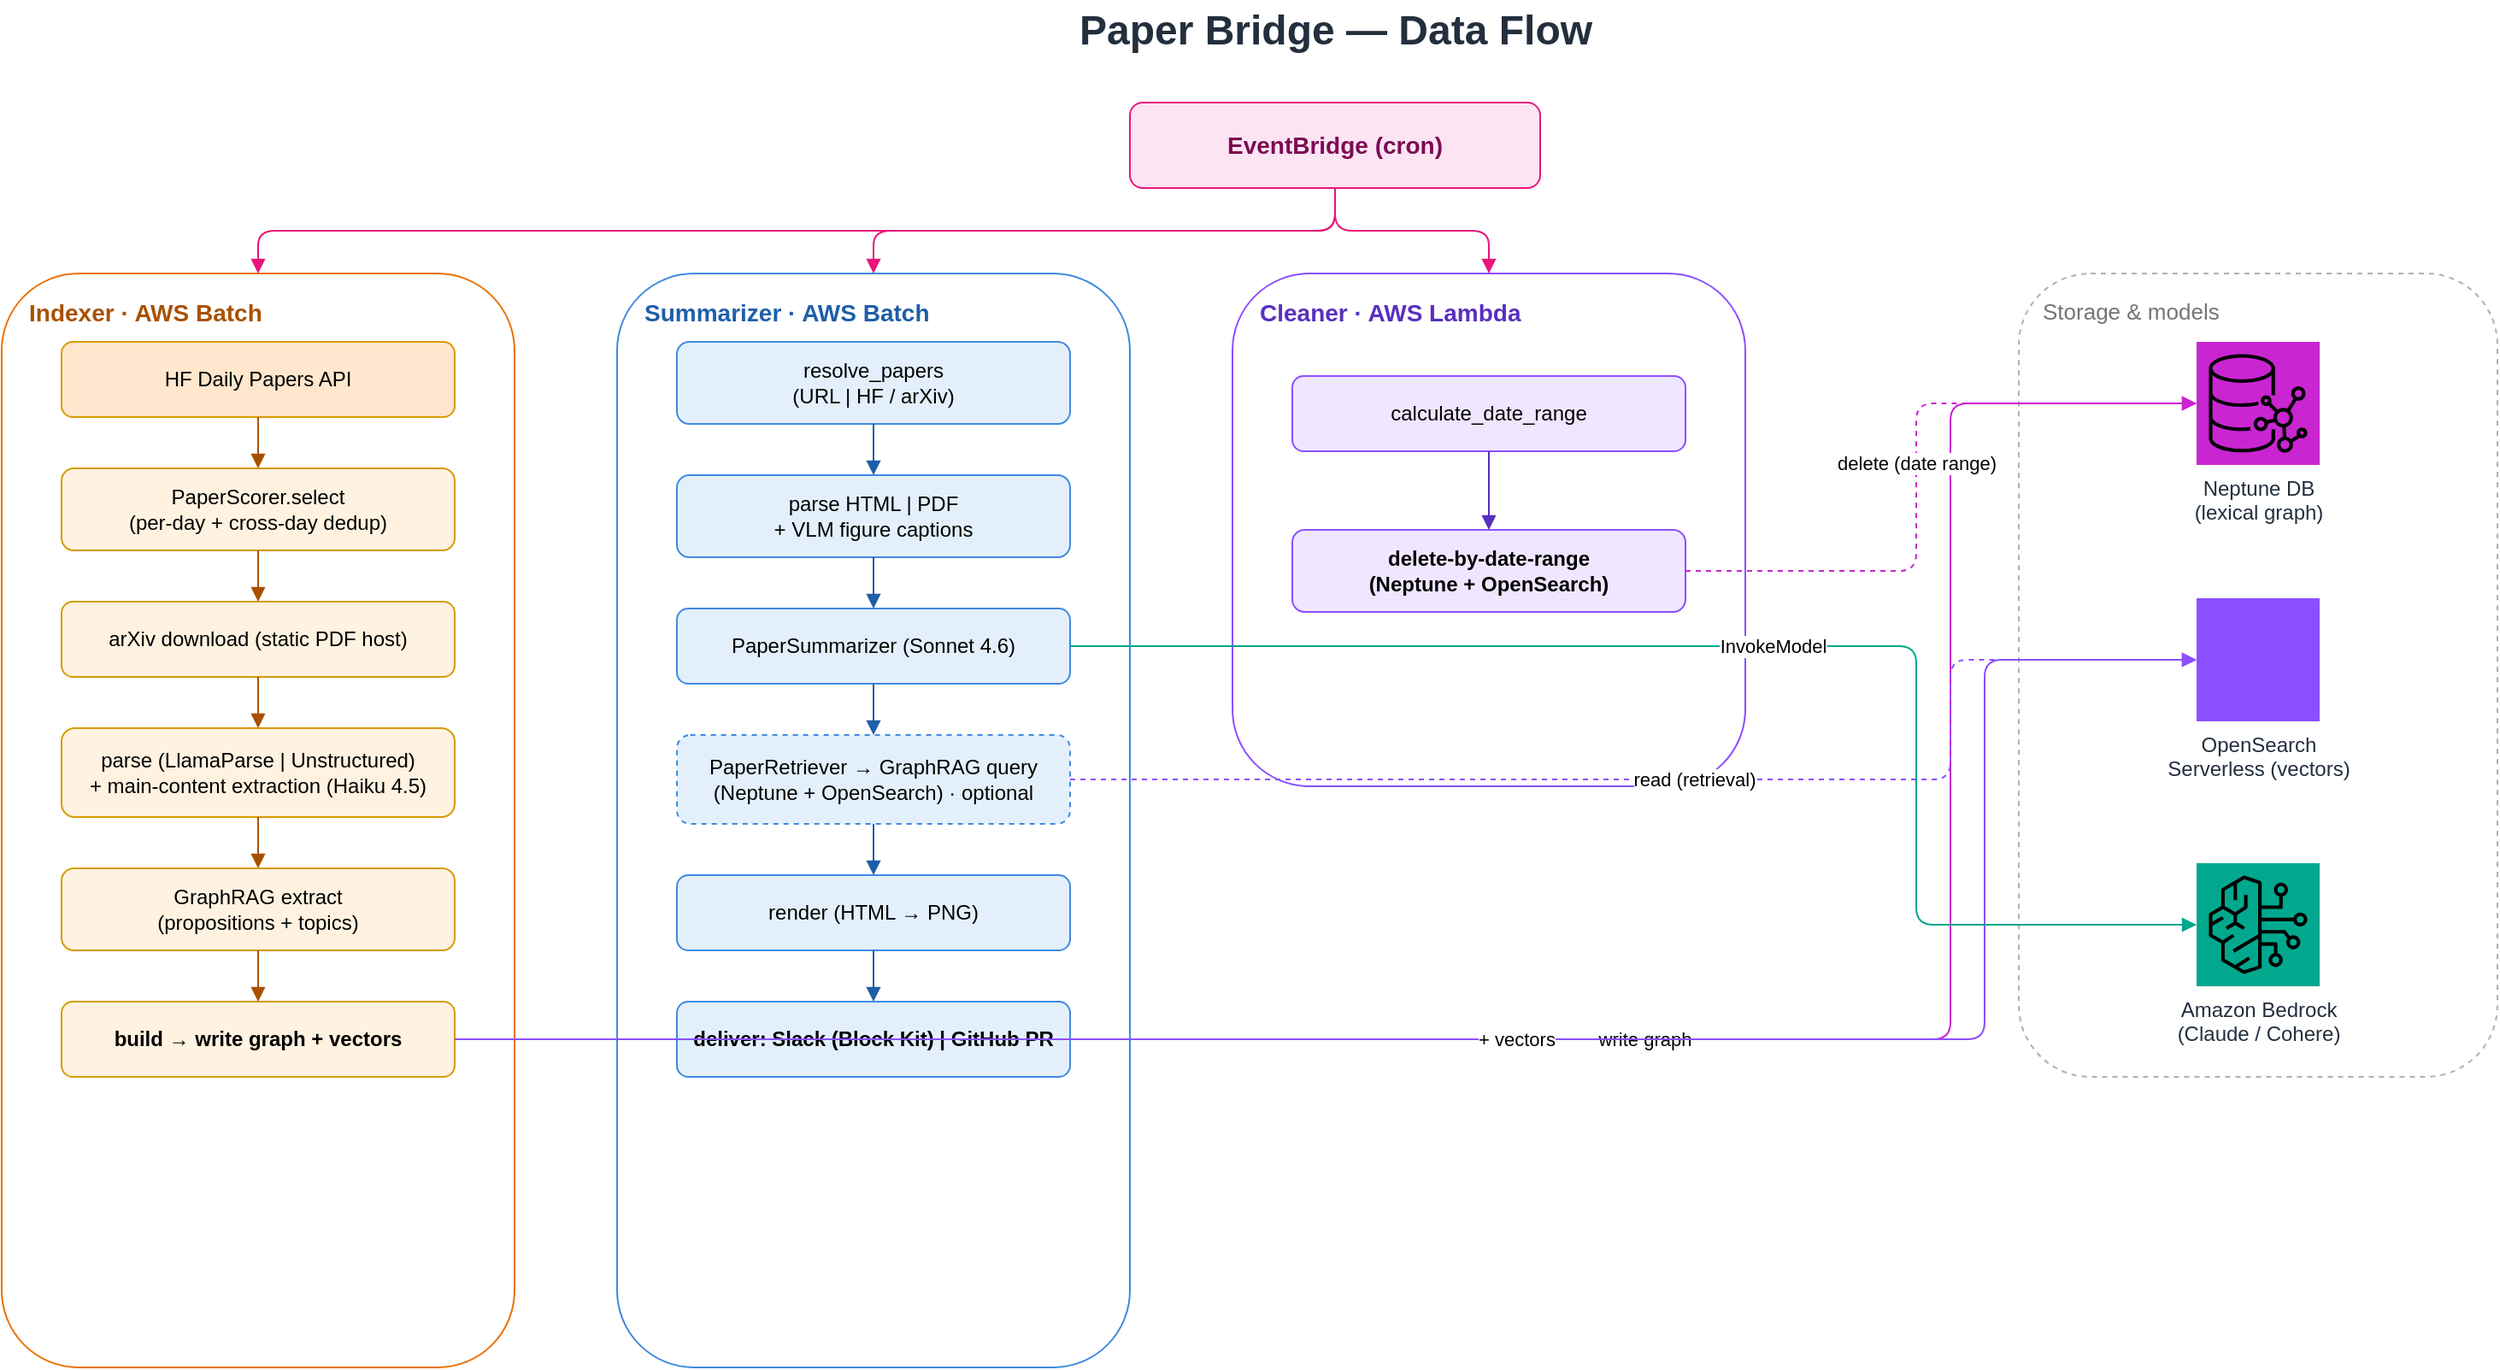
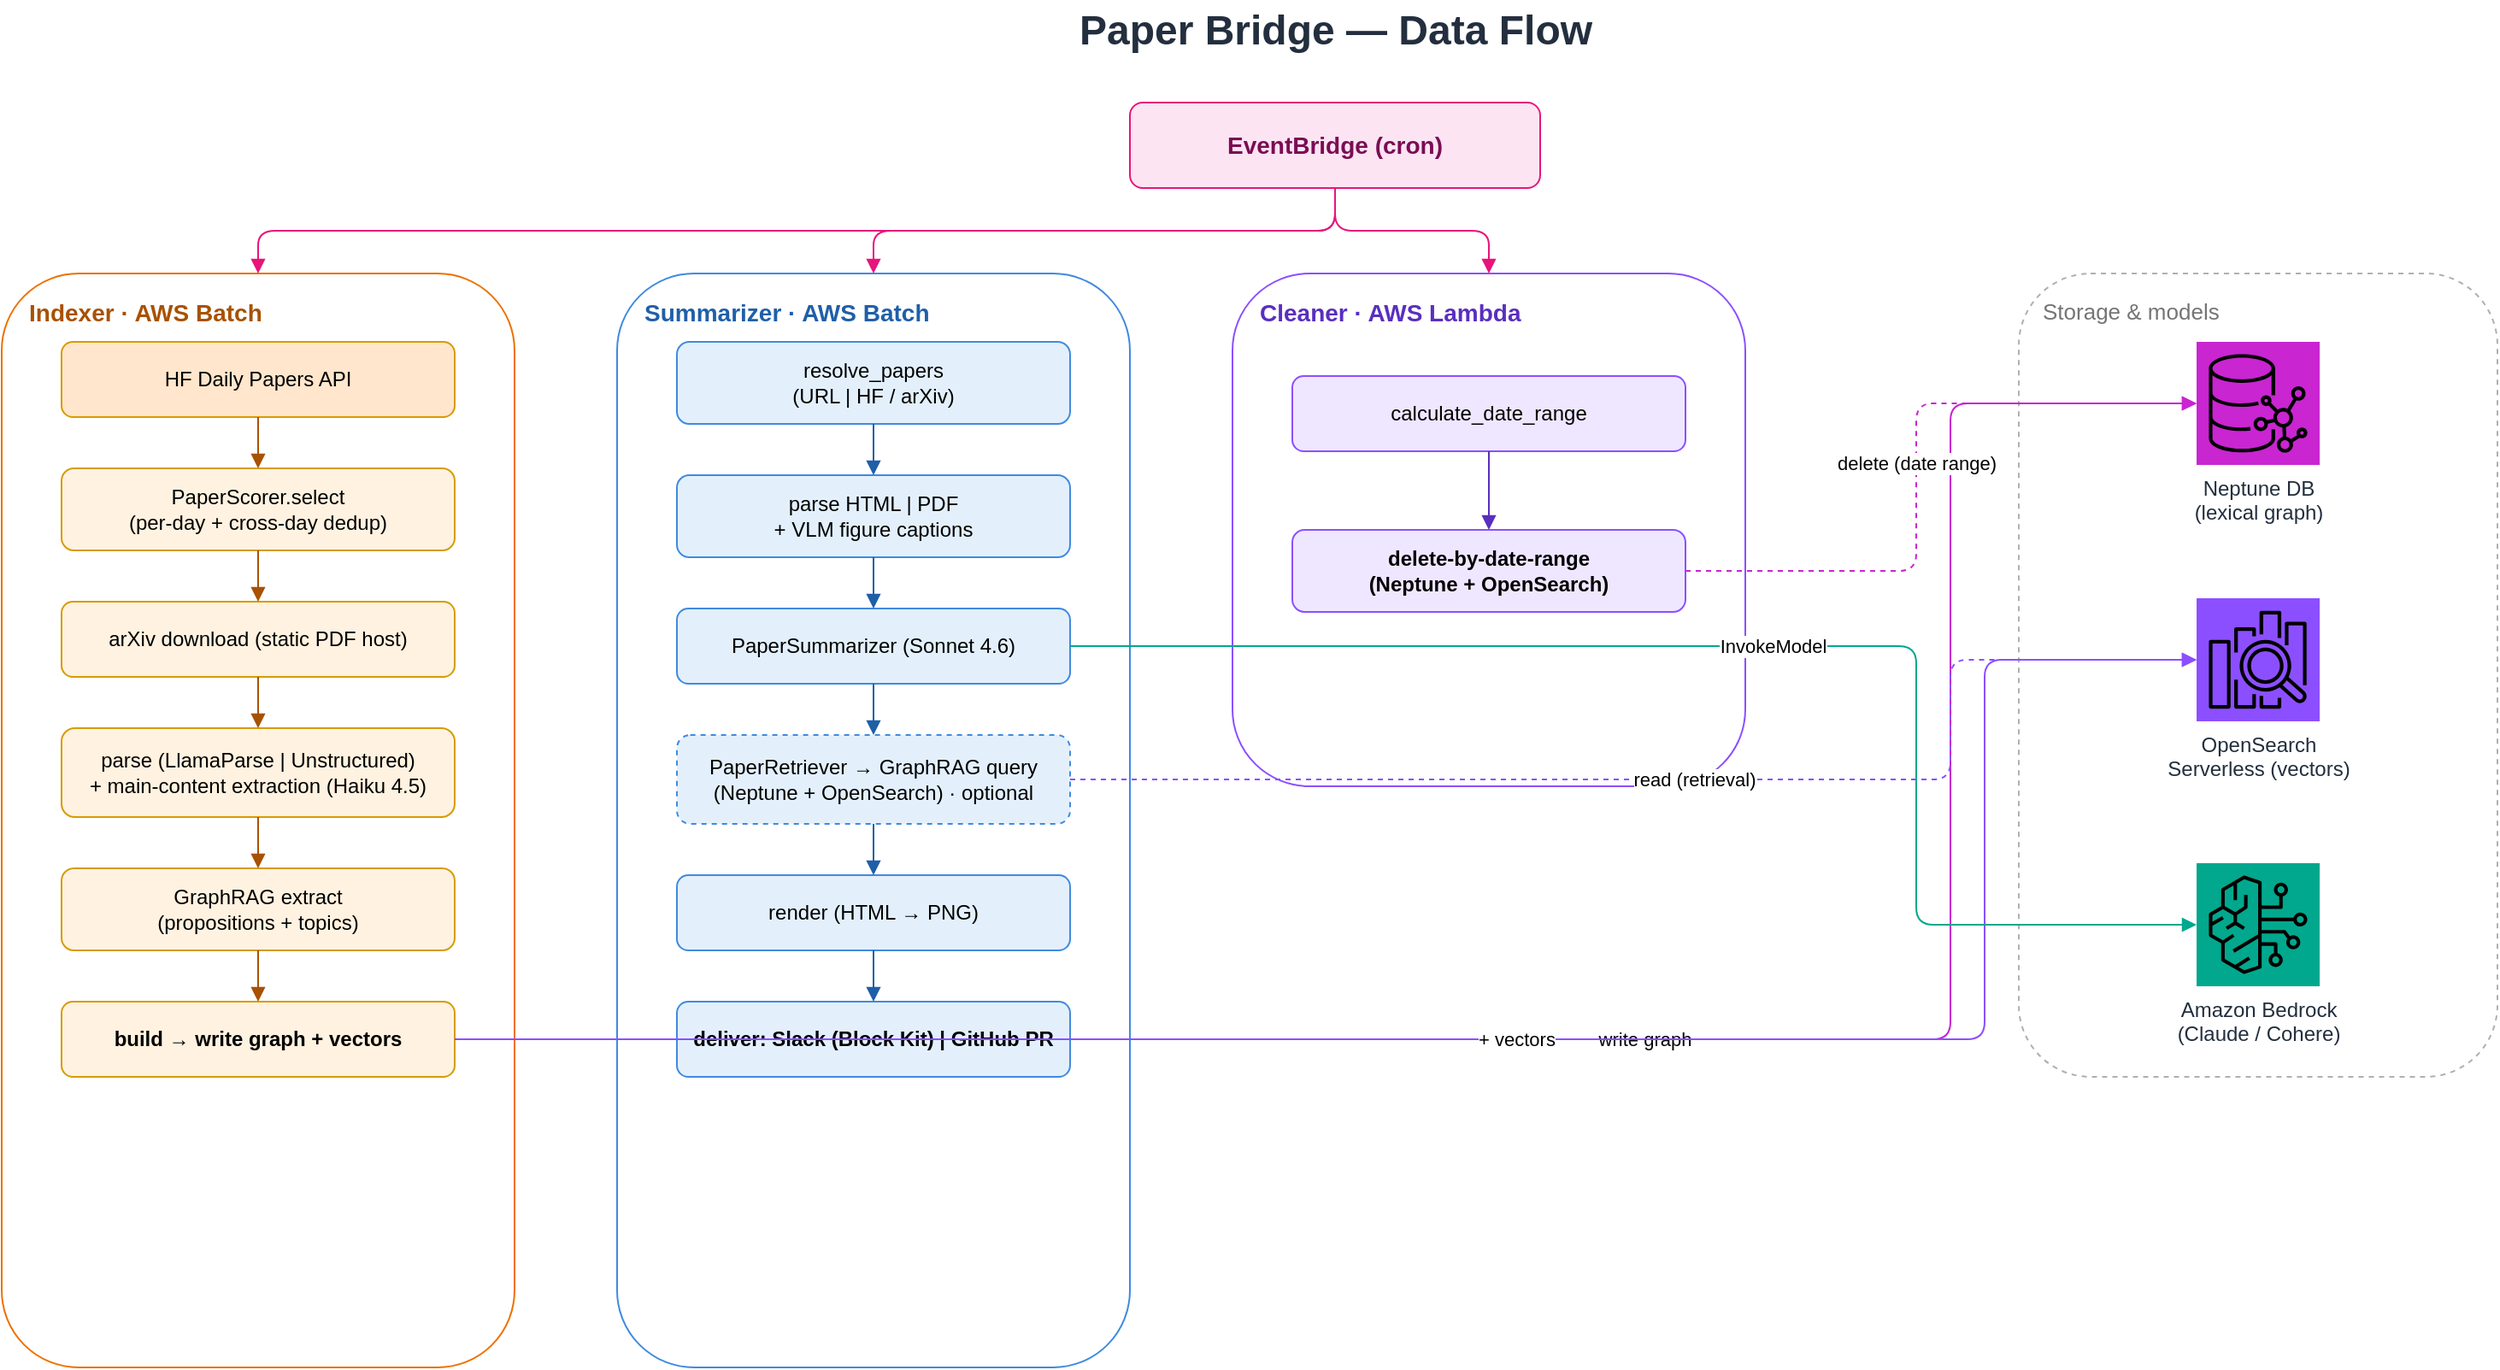
<mxGraphModel dx="1400" dy="900" grid="0" gridSize="10" guides="1" tooltips="1" connect="1" arrows="1" fold="1" page="1" pageScale="1" pageWidth="1700" pageHeight="900" math="0" shadow="0">
  <root>
    <mxCell id="0"/>
    <mxCell id="1" parent="0"/>

    <mxCell id="title" value="Paper Bridge — Data Flow" style="text;html=1;fontSize=24;fontStyle=1;align=center;verticalAlign=middle;fontColor=#232F3E;" vertex="1" parent="1">
      <mxGeometry x="560" y="20" width="560" height="36" as="geometry"/>
    </mxCell>

    <!-- Trigger -->
    <mxCell id="eb" value="EventBridge (cron)" style="rounded=1;whiteSpace=wrap;html=1;fillColor=#FCE4F3;strokeColor=#E7157B;fontSize=14;fontStyle=1;fontColor=#7B0C53;" vertex="1" parent="1">
      <mxGeometry x="720" y="80" width="240" height="50" as="geometry"/>
    </mxCell>

    <!-- ===== Lane 1: Indexer ===== -->
    <mxCell id="laneI" value="Indexer  ·  AWS Batch" style="rounded=1;whiteSpace=wrap;html=1;fillColor=none;strokeColor=#ED7100;dashed=0;verticalAlign=top;fontSize=14;fontStyle=1;fontColor=#A85100;align=left;spacingLeft=14;spacingTop=8;" vertex="1" parent="1">
      <mxGeometry x="60" y="180" width="300" height="640" as="geometry"/>
    </mxCell>
    <mxCell id="i1" value="HF Daily Papers API" style="rounded=1;whiteSpace=wrap;html=1;fillColor=#FFE6CC;strokeColor=#D79B00;fontSize=12;" vertex="1" parent="1">
      <mxGeometry x="95" y="220" width="230" height="44" as="geometry"/>
    </mxCell>
    <mxCell id="i2" value="PaperScorer.select&#10;(per-day + cross-day dedup)" style="rounded=1;whiteSpace=wrap;html=1;fillColor=#FFF2E0;strokeColor=#D79B00;fontSize=12;" vertex="1" parent="1">
      <mxGeometry x="95" y="294" width="230" height="48" as="geometry"/>
    </mxCell>
    <mxCell id="i3" value="arXiv download (static PDF host)" style="rounded=1;whiteSpace=wrap;html=1;fillColor=#FFF2E0;strokeColor=#D79B00;fontSize=12;" vertex="1" parent="1">
      <mxGeometry x="95" y="372" width="230" height="44" as="geometry"/>
    </mxCell>
    <mxCell id="i4" value="parse (LlamaParse | Unstructured)&#10;+ main-content extraction (Haiku 4.5)" style="rounded=1;whiteSpace=wrap;html=1;fillColor=#FFF2E0;strokeColor=#D79B00;fontSize=12;" vertex="1" parent="1">
      <mxGeometry x="95" y="446" width="230" height="52" as="geometry"/>
    </mxCell>
    <mxCell id="i5" value="GraphRAG extract&#10;(propositions + topics)" style="rounded=1;whiteSpace=wrap;html=1;fillColor=#FFF2E0;strokeColor=#D79B00;fontSize=12;" vertex="1" parent="1">
      <mxGeometry x="95" y="528" width="230" height="48" as="geometry"/>
    </mxCell>
    <mxCell id="i6" value="build → write graph + vectors" style="rounded=1;whiteSpace=wrap;html=1;fillColor=#FFF2E0;strokeColor=#D79B00;fontSize=12;fontStyle=1;" vertex="1" parent="1">
      <mxGeometry x="95" y="606" width="230" height="44" as="geometry"/>
    </mxCell>

    <!-- ===== Lane 2: Summarizer ===== -->
    <mxCell id="laneS" value="Summarizer  ·  AWS Batch" style="rounded=1;whiteSpace=wrap;html=1;fillColor=none;strokeColor=#3F8AE0;dashed=0;verticalAlign=top;fontSize=14;fontStyle=1;fontColor=#1F5FA8;align=left;spacingLeft=14;spacingTop=8;" vertex="1" parent="1">
      <mxGeometry x="420" y="180" width="300" height="640" as="geometry"/>
    </mxCell>
    <mxCell id="s1" value="resolve_papers&#10;(URL | HF / arXiv)" style="rounded=1;whiteSpace=wrap;html=1;fillColor=#E3F0FC;strokeColor=#3F8AE0;fontSize=12;" vertex="1" parent="1">
      <mxGeometry x="455" y="220" width="230" height="48" as="geometry"/>
    </mxCell>
    <mxCell id="s2" value="parse HTML | PDF&#10;+ VLM figure captions" style="rounded=1;whiteSpace=wrap;html=1;fillColor=#E3F0FC;strokeColor=#3F8AE0;fontSize=12;" vertex="1" parent="1">
      <mxGeometry x="455" y="298" width="230" height="48" as="geometry"/>
    </mxCell>
    <mxCell id="s3" value="PaperSummarizer (Sonnet 4.6)" style="rounded=1;whiteSpace=wrap;html=1;fillColor=#E3F0FC;strokeColor=#3F8AE0;fontSize=12;" vertex="1" parent="1">
      <mxGeometry x="455" y="376" width="230" height="44" as="geometry"/>
    </mxCell>
    <mxCell id="s4" value="PaperRetriever → GraphRAG query&#10;(Neptune + OpenSearch)  ·  optional" style="rounded=1;whiteSpace=wrap;html=1;fillColor=#E3F0FC;strokeColor=#3F8AE0;fontSize=12;dashed=1;" vertex="1" parent="1">
      <mxGeometry x="455" y="450" width="230" height="52" as="geometry"/>
    </mxCell>
    <mxCell id="s5" value="render (HTML → PNG)" style="rounded=1;whiteSpace=wrap;html=1;fillColor=#E3F0FC;strokeColor=#3F8AE0;fontSize=12;" vertex="1" parent="1">
      <mxGeometry x="455" y="532" width="230" height="44" as="geometry"/>
    </mxCell>
    <mxCell id="s6" value="deliver: Slack (Block Kit) | GitHub PR" style="rounded=1;whiteSpace=wrap;html=1;fillColor=#E3F0FC;strokeColor=#3F8AE0;fontSize=12;fontStyle=1;" vertex="1" parent="1">
      <mxGeometry x="455" y="606" width="230" height="44" as="geometry"/>
    </mxCell>

    <!-- ===== Lane 3: Cleaner ===== -->
    <mxCell id="laneC" value="Cleaner  ·  AWS Lambda" style="rounded=1;whiteSpace=wrap;html=1;fillColor=none;strokeColor=#8C4FFF;dashed=0;verticalAlign=top;fontSize=14;fontStyle=1;fontColor=#5A2EBF;align=left;spacingLeft=14;spacingTop=8;" vertex="1" parent="1">
      <mxGeometry x="780" y="180" width="300" height="300" as="geometry"/>
    </mxCell>
    <mxCell id="c1" value="calculate_date_range" style="rounded=1;whiteSpace=wrap;html=1;fillColor=#EFE7FF;strokeColor=#8C4FFF;fontSize=12;" vertex="1" parent="1">
      <mxGeometry x="815" y="240" width="230" height="44" as="geometry"/>
    </mxCell>
    <mxCell id="c2" value="delete-by-date-range&#10;(Neptune + OpenSearch)" style="rounded=1;whiteSpace=wrap;html=1;fillColor=#EFE7FF;strokeColor=#8C4FFF;fontSize=12;fontStyle=1;" vertex="1" parent="1">
      <mxGeometry x="815" y="330" width="230" height="48" as="geometry"/>
    </mxCell>

    <!-- ===== Shared stores (right, vertical stack) ===== -->
    <mxCell id="stores" value="Storage &amp; models" style="rounded=1;whiteSpace=wrap;html=1;fillColor=none;strokeColor=#B0B0B0;dashed=1;verticalAlign=top;fontSize=13;fontColor=#757575;align=left;spacingLeft=12;spacingTop=8;" vertex="1" parent="1">
      <mxGeometry x="1240" y="180" width="280" height="470" as="geometry"/>
    </mxCell>
    <mxCell id="neptune" value="Neptune DB&#10;(lexical graph)" style="sketch=0;outlineConnect=0;fontColor=#232F3E;gradientColor=none;fillColor=#C925D1;strokeColor=none;dashed=0;verticalLabelPosition=bottom;verticalAlign=top;align=center;html=1;fontSize=12;aspect=fixed;shape=mxgraph.aws4.resourceIcon;resIcon=mxgraph.aws4.neptune;" vertex="1" parent="1">
      <mxGeometry x="1344" y="220" width="72" height="72" as="geometry"/>
    </mxCell>
-     <mxCell id="aoss" value="OpenSearch&#10;Serverless (vectors)" style="sketch=0;outlineConnect=0;fontColor=#232F3E;gradientColor=none;fillColor=#8C4FFF;strokeColor=none;dashed=0;verticalLabelPosition=bottom;verticalAlign=top;align=center;html=1;fontSize=12;aspect=fixed;shape=mxgraph.aws4.resourceIcon;resIcon=mxgraph.aws4.opensearch_service;" vertex="1" parent="1">
+     <mxCell id="aoss" value="OpenSearch&#10;Serverless (vectors)" style="sketch=0;outlineConnect=0;fontColor=#232F3E;gradientColor=none;fillColor=#8C4FFF;strokeColor=none;dashed=0;verticalLabelPosition=bottom;verticalAlign=top;align=center;html=1;fontSize=12;aspect=fixed;shape=mxgraph.aws4.resourceIcon;resIcon=mxgraph.aws4.elasticsearch_service;" vertex="1" parent="1">
      <mxGeometry x="1344" y="370" width="72" height="72" as="geometry"/>
    </mxCell>
    <mxCell id="bedrock" value="Amazon Bedrock&#10;(Claude / Cohere)" style="sketch=0;outlineConnect=0;fontColor=#232F3E;gradientColor=none;fillColor=#01A88D;strokeColor=none;dashed=0;verticalLabelPosition=bottom;verticalAlign=top;align=center;html=1;fontSize=12;aspect=fixed;shape=mxgraph.aws4.resourceIcon;resIcon=mxgraph.aws4.bedrock;" vertex="1" parent="1">
      <mxGeometry x="1344" y="525" width="72" height="72" as="geometry"/>
    </mxCell>

    <!-- ===== trigger edges ===== -->
    <mxCell id="t1" style="edgeStyle=orthogonalEdgeStyle;rounded=1;html=1;endArrow=block;strokeColor=#E7157B;exitX=0.5;exitY=1;exitDx=0;exitDy=0;entryX=0.5;entryY=0;entryDx=0;entryDy=0;" edge="1" parent="1" source="eb" target="laneI">
      <mxGeometry relative="1" as="geometry"><Array as="points"><mxPoint x="210" y="155"/></Array></mxGeometry>
    </mxCell>
    <mxCell id="t2" style="edgeStyle=orthogonalEdgeStyle;rounded=1;html=1;endArrow=block;strokeColor=#E7157B;exitX=0.5;exitY=1;exitDx=0;exitDy=0;entryX=0.5;entryY=0;entryDx=0;entryDy=0;" edge="1" parent="1" source="eb" target="laneS">
      <mxGeometry relative="1" as="geometry"><Array as="points"><mxPoint x="570" y="155"/></Array></mxGeometry>
    </mxCell>
    <mxCell id="t3" style="edgeStyle=orthogonalEdgeStyle;rounded=1;html=1;endArrow=block;strokeColor=#E7157B;exitX=0.5;exitY=1;exitDx=0;exitDy=0;entryX=0.5;entryY=0;entryDx=0;entryDy=0;" edge="1" parent="1" source="eb" target="laneC">
      <mxGeometry relative="1" as="geometry"><Array as="points"><mxPoint x="930" y="155"/></Array></mxGeometry>
    </mxCell>

    <!-- ===== Indexer step edges ===== -->
    <mxCell id="ei12" style="edgeStyle=orthogonalEdgeStyle;rounded=1;html=1;endArrow=block;strokeColor=#A85100;" edge="1" parent="1" source="i1" target="i2"><mxGeometry relative="1" as="geometry"/></mxCell>
    <mxCell id="ei23" style="edgeStyle=orthogonalEdgeStyle;rounded=1;html=1;endArrow=block;strokeColor=#A85100;" edge="1" parent="1" source="i2" target="i3"><mxGeometry relative="1" as="geometry"/></mxCell>
    <mxCell id="ei34" style="edgeStyle=orthogonalEdgeStyle;rounded=1;html=1;endArrow=block;strokeColor=#A85100;" edge="1" parent="1" source="i3" target="i4"><mxGeometry relative="1" as="geometry"/></mxCell>
    <mxCell id="ei45" style="edgeStyle=orthogonalEdgeStyle;rounded=1;html=1;endArrow=block;strokeColor=#A85100;" edge="1" parent="1" source="i4" target="i5"><mxGeometry relative="1" as="geometry"/></mxCell>
    <mxCell id="ei56" style="edgeStyle=orthogonalEdgeStyle;rounded=1;html=1;endArrow=block;strokeColor=#A85100;" edge="1" parent="1" source="i5" target="i6"><mxGeometry relative="1" as="geometry"/></mxCell>

    <!-- ===== Summarizer step edges ===== -->
    <mxCell id="es12" style="edgeStyle=orthogonalEdgeStyle;rounded=1;html=1;endArrow=block;strokeColor=#1F5FA8;" edge="1" parent="1" source="s1" target="s2"><mxGeometry relative="1" as="geometry"/></mxCell>
    <mxCell id="es23" style="edgeStyle=orthogonalEdgeStyle;rounded=1;html=1;endArrow=block;strokeColor=#1F5FA8;" edge="1" parent="1" source="s2" target="s3"><mxGeometry relative="1" as="geometry"/></mxCell>
    <mxCell id="es34" style="edgeStyle=orthogonalEdgeStyle;rounded=1;html=1;endArrow=block;strokeColor=#1F5FA8;" edge="1" parent="1" source="s3" target="s4"><mxGeometry relative="1" as="geometry"/></mxCell>
    <mxCell id="es45" style="edgeStyle=orthogonalEdgeStyle;rounded=1;html=1;endArrow=block;strokeColor=#1F5FA8;" edge="1" parent="1" source="s4" target="s5"><mxGeometry relative="1" as="geometry"/></mxCell>
    <mxCell id="es56" style="edgeStyle=orthogonalEdgeStyle;rounded=1;html=1;endArrow=block;strokeColor=#1F5FA8;" edge="1" parent="1" source="s5" target="s6"><mxGeometry relative="1" as="geometry"/></mxCell>

    <!-- ===== Cleaner step edge ===== -->
    <mxCell id="ec12" style="edgeStyle=orthogonalEdgeStyle;rounded=1;html=1;endArrow=block;strokeColor=#5A2EBF;" edge="1" parent="1" source="c1" target="c2"><mxGeometry relative="1" as="geometry"/></mxCell>

    <!-- ===== to stores: all enter the store icons from the LEFT (entryX=0),
         routed up a shared vertical channel at x=1200 so no line crosses an
         icon or its caption. ===== -->
    <mxCell id="ei_write" value="write graph" style="edgeStyle=orthogonalEdgeStyle;rounded=1;html=1;endArrow=block;strokeColor=#C925D1;fontSize=11;exitX=1;exitY=0.5;exitDx=0;exitDy=0;entryX=0;entryY=0.5;entryDx=0;entryDy=0;" edge="1" parent="1" source="i6" target="neptune">
      <mxGeometry relative="1" as="geometry"><Array as="points"><mxPoint x="1200" y="628"/><mxPoint x="1200" y="256"/></Array></mxGeometry>
    </mxCell>
    <mxCell id="ei_write_v" value="+ vectors" style="edgeStyle=orthogonalEdgeStyle;rounded=1;html=1;endArrow=block;strokeColor=#8C4FFF;fontSize=11;exitX=1;exitY=0.5;exitDx=0;exitDy=0;entryX=0;entryY=0.5;entryDx=0;entryDy=0;" edge="1" parent="1" source="i6" target="aoss">
      <mxGeometry relative="1" as="geometry"><Array as="points"><mxPoint x="1220" y="628"/><mxPoint x="1220" y="406"/></Array></mxGeometry>
    </mxCell>
    <mxCell id="es_read" value="read (retrieval)" style="edgeStyle=orthogonalEdgeStyle;rounded=1;html=1;endArrow=block;dashed=1;strokeColor=#8C4FFF;fontSize=11;exitX=1;exitY=0.5;exitDx=0;exitDy=0;entryX=0;entryY=0.5;entryDx=0;entryDy=0;" edge="1" parent="1" source="s4" target="aoss">
      <mxGeometry relative="1" as="geometry"><Array as="points"><mxPoint x="1200" y="476"/><mxPoint x="1200" y="406"/></Array></mxGeometry>
    </mxCell>
    <mxCell id="es_llm" value="InvokeModel" style="edgeStyle=orthogonalEdgeStyle;rounded=1;html=1;endArrow=block;strokeColor=#01A88D;fontSize=11;exitX=1;exitY=0.5;exitDx=0;exitDy=0;entryX=0;entryY=0.5;entryDx=0;entryDy=0;" edge="1" parent="1" source="s3" target="bedrock">
      <mxGeometry relative="1" as="geometry"><Array as="points"><mxPoint x="1180" y="398"/><mxPoint x="1180" y="561"/></Array></mxGeometry>
    </mxCell>
    <mxCell id="ec_del" value="delete (date range)" style="edgeStyle=orthogonalEdgeStyle;rounded=1;html=1;endArrow=block;dashed=1;strokeColor=#C925D1;fontSize=11;exitX=1;exitY=0.5;exitDx=0;exitDy=0;entryX=0;entryY=0.5;entryDx=0;entryDy=0;" edge="1" parent="1" source="c2" target="neptune">
      <mxGeometry relative="1" as="geometry"><Array as="points"><mxPoint x="1180" y="354"/><mxPoint x="1180" y="256"/></Array></mxGeometry>
    </mxCell>
  </root>
</mxGraphModel>
